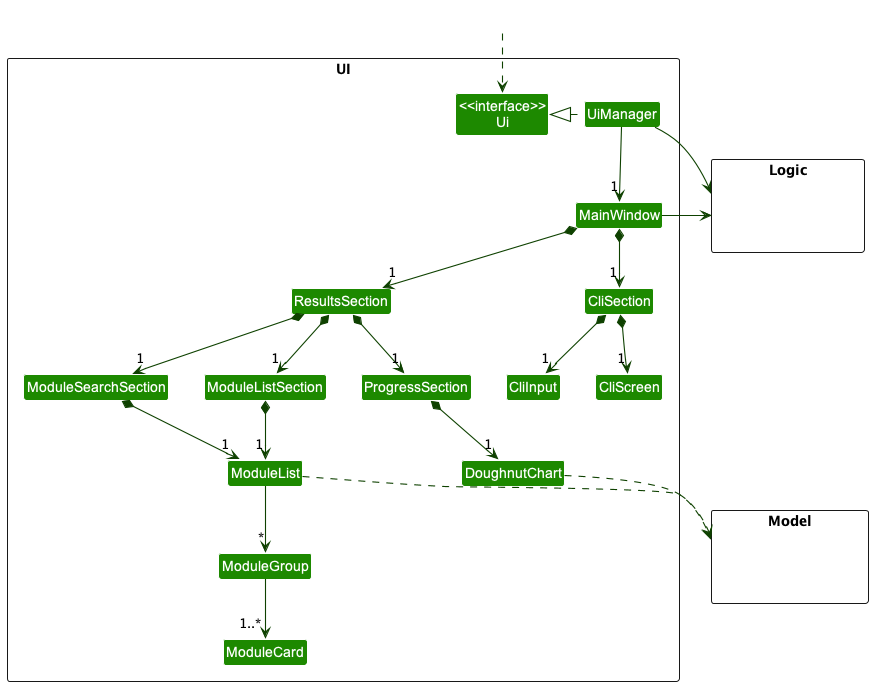
This is docs/images/UiClassDiagram.png from nus-cs2103-AY2223S2/tp, a PlantUML export, as it was before one commit.
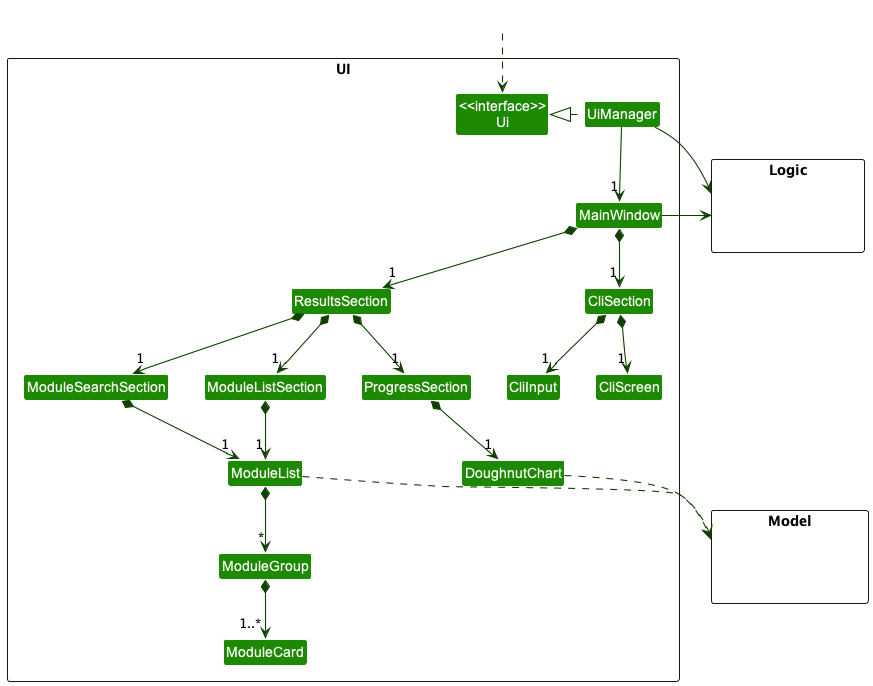
The same file after the commit.

Commit message:
Update UI class diagram

What changed in the source:
```diff
@@ -51,8 +51,8 @@
 CliSection *-down-> "1" CliScreen
 CliSection *-down-> "1" CliInput
 
-ModuleList -down-> "*" ModuleGroup
-ModuleGroup -down-> "1..*" ModuleCard
+ModuleList *-down-> "*" ModuleGroup
+ModuleGroup *-down-> "1..*" ModuleCard
 
 
 ModuleList ..> Model
```
